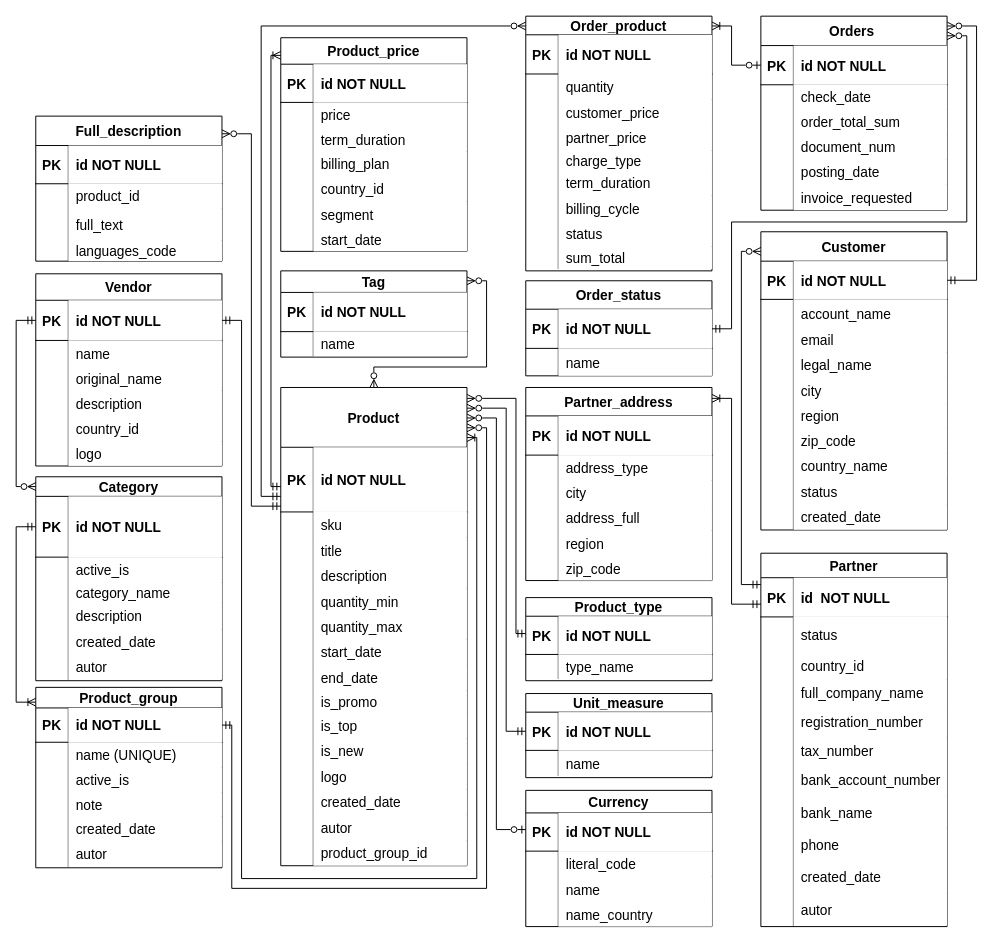
Earlier version of the draw.io diagram page "ER" (1 of 6) of diagrams.drawio (HuginnARaven/LicenseNexus). Source tidied: cells renumbered, new cells numbered last; positions are measured from the earlier drawing's top-left corner, leaving out a move shared by most shapes. Both pictures are drawn from the tidied source at 98%, with x=0, y=0 at pixel (16, 16).
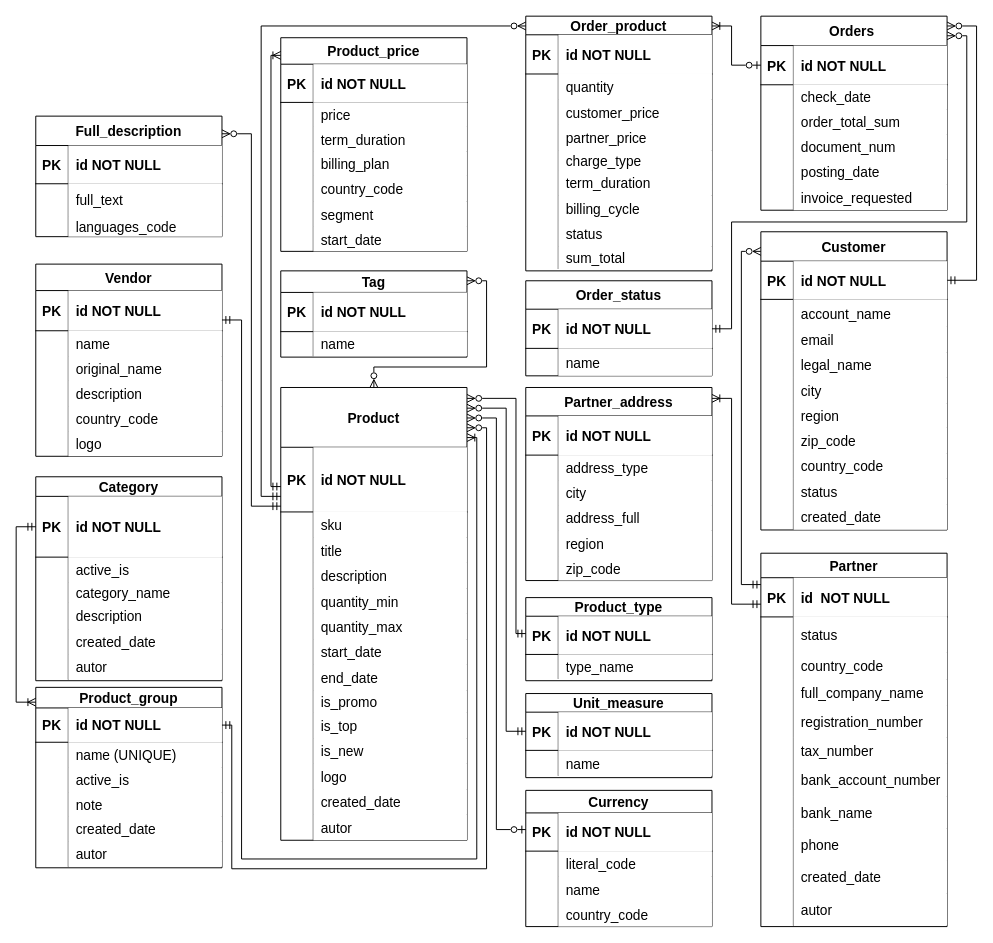
Above is the later version.

The change refers to these unchanged cells:
```xml
<mxCell id="5" style="shape=partialRectangle;fillColor=none;top=0;left=0;bottom=1;right=0;points=[[0,0.5],[1,0.5]];portConstraint=eastwest;fontSize=14;" parent="4" vertex="1">
  <mxGeometry y="21" width="190" height="35" as="geometry" />
</mxCell>
<mxCell id="31" value="Category" style="shape=table;startSize=20;childLayout=tableLayout;rowLines=0;fontStyle=1;align=center;fontSize=14;" parent="1" vertex="1">
  <mxGeometry x="20" y="470" width="190" height="208.1" as="geometry" />
</mxCell>
<mxCell id="76" style="shape=partialRectangle;fillColor=none;top=0;left=0;bottom=0;right=0;fontSize=14;" parent="66" vertex="1">
  <mxGeometry y="114" width="190" height="25" as="geometry" />
</mxCell>
<mxCell id="94" style="shape=partialRectangle;fillColor=none;top=0;left=0;bottom=0;right=0;fontSize=14;" parent="81" vertex="1">
  <mxGeometry y="141" width="190" height="26" as="geometry" />
</mxCell>
<mxCell id="119" style="shape=partialRectangle;fillColor=none;top=0;left=0;bottom=1;right=0;points=[[0,0.5],[1,0.5]];portConstraint=eastwest;fontSize=14;" parent="118" vertex="1">
  <mxGeometry y="27" width="190" height="41" as="geometry" />
</mxCell>
<mxCell id="131" style="shape=partialRectangle;fillColor=none;top=0;left=0;bottom=0;right=0;fontSize=14;" parent="118" vertex="1">
  <mxGeometry y="145" width="190" height="26" as="geometry" />
</mxCell>
<mxCell id="216" style="shape=partialRectangle;fillColor=none;top=0;left=0;bottom=0;right=0;fontSize=14;" parent="194" vertex="1">
  <mxGeometry y="226" width="190" height="26" as="geometry" />
</mxCell>
<mxCell id="232" style="shape=partialRectangle;fillColor=none;top=0;left=0;bottom=0;right=0;fontSize=14;" parent="225" vertex="1">
  <mxGeometry y="101" width="190" height="28" as="geometry" />
</mxCell>
```

The edit, as a diff of the source:
```diff
@@
-    <mxCell id="78" value="name_country" style="shape=partialRectangle;top=0;left=0;bottom=0;right=0;align=left;spacingLeft=6;overflow=hidden;fontSize=14;" parent="76" vertex="1">
+    <mxCell id="78" value="country_code" style="shape=partialRectangle;top=0;left=0;bottom=0;right=0;align=left;spacingLeft=6;overflow=hidden;fontSize=14;" parent="76" vertex="1">
       <mxGeometry x="33.2" width="156.8" height="25" as="geometry" />
     </mxCell>
@@
     <mxCell id="80" style="edgeStyle=orthogonalEdgeStyle;rounded=0;jettySize=auto;html=1;startArrow=ERmandOne;startFill=0;endArrow=ERzeroToMany;endFill=0;exitX=1;exitY=0.5;exitDx=0;exitDy=0;" parent="1" edge="1" source="5" target="284">
       <mxGeometry relative="1" as="geometry">
         <Array as="points">
           <mxPoint x="220" y="723" />
-          <mxPoint x="220" y="890" />
-          <mxPoint x="480" y="890" />
+          <mxPoint x="220" y="870" />
+          <mxPoint x="480" y="870" />
           <mxPoint x="480" y="420" />
         </Array>
       </mxGeometry>
     </mxCell>
@@
-    <mxCell id="96" value="country_id" style="shape=partialRectangle;top=0;left=0;bottom=0;right=0;align=left;spacingLeft=6;overflow=hidden;fontSize=14;" parent="94" vertex="1">
+    <mxCell id="96" value="country_code" style="shape=partialRectangle;top=0;left=0;bottom=0;right=0;align=left;spacingLeft=6;overflow=hidden;fontSize=14;" parent="94" vertex="1">
       <mxGeometry x="33.2" width="156.8" height="26" as="geometry" />
     </mxCell>
@@
     <mxCell id="104" value="Full_description" style="shape=table;startSize=30;childLayout=tableLayout;rowLines=0;fontStyle=1;align=center;fontSize=14;" parent="1" vertex="1">
-      <mxGeometry x="20" y="102" width="190" height="148" as="geometry" />
+      <mxGeometry x="20" y="102" width="190" height="123" as="geometry" />
     </mxCell>
@@
-    <mxCell id="108" style="shape=partialRectangle;fillColor=none;top=0;left=0;bottom=0;right=0;fontSize=14;" parent="104" vertex="1">
-      <mxGeometry y="69" width="190" height="25" as="geometry" />
-    </mxCell>
-    <mxCell id="109" style="shape=partialRectangle;fillColor=none;top=0;left=0;bottom=0;right=0;overflow=hidden;fontSize=14;" parent="108" vertex="1">
-      <mxGeometry width="33.2" height="25" as="geometry" />
-    </mxCell>
-    <mxCell id="110" value="product_id" style="shape=partialRectangle;top=0;left=0;bottom=0;right=0;align=left;spacingLeft=6;overflow=hidden;fontSize=14;" parent="108" vertex="1">
-      <mxGeometry x="33.2" width="156.8" height="25" as="geometry" />
-    </mxCell>
     <mxCell id="111" style="shape=partialRectangle;fillColor=none;top=0;left=0;bottom=0;right=0;fontSize=14;" parent="104" vertex="1">
-      <mxGeometry y="94" width="190" height="33" as="geometry" />
+      <mxGeometry y="69" width="190" height="33" as="geometry" />
     </mxCell>
@@
     <mxCell id="114" style="shape=partialRectangle;fillColor=none;top=0;left=0;bottom=0;right=0;fontSize=14;" parent="104" vertex="1">
-      <mxGeometry y="127" width="190" height="21" as="geometry" />
+      <mxGeometry y="102" width="190" height="21" as="geometry" />
     </mxCell>
@@
     <mxCell id="118" value="Vendor" style="shape=table;startSize=27;childLayout=tableLayout;rowLines=0;fontStyle=1;align=center;fontSize=14;" parent="1" vertex="1">
-      <mxGeometry x="20" y="262.9" width="190" height="196.1" as="geometry" />
+      <mxGeometry x="20" y="253" width="190" height="196.1" as="geometry" />
     </mxCell>
@@
-    <mxCell id="133" value="country_id" style="shape=partialRectangle;top=0;left=0;bottom=0;right=0;align=left;spacingLeft=6;overflow=hidden;fontSize=14;" parent="131" vertex="1">
+    <mxCell id="133" value="country_code" style="shape=partialRectangle;top=0;left=0;bottom=0;right=0;align=left;spacingLeft=6;overflow=hidden;fontSize=14;" parent="131" vertex="1">
       <mxGeometry x="33.2" width="156.8" height="26" as="geometry" />
     </mxCell>
@@
-    <mxCell id="218" value="country_name" style="shape=partialRectangle;top=0;left=0;bottom=0;right=0;align=left;spacingLeft=6;overflow=hidden;fontSize=14;" parent="216" vertex="1">
+    <mxCell id="218" value="country_code" style="shape=partialRectangle;top=0;left=0;bottom=0;right=0;align=left;spacingLeft=6;overflow=hidden;fontSize=14;" parent="216" vertex="1">
       <mxGeometry x="33.2" width="156.8" height="26" as="geometry" />
     </mxCell>
@@
-    <mxCell id="234" value="country_id" style="shape=partialRectangle;top=0;left=0;bottom=0;right=0;align=left;spacingLeft=6;overflow=hidden;fontSize=14;" parent="232" vertex="1">
+    <mxCell id="234" value="country_code" style="shape=partialRectangle;top=0;left=0;bottom=0;right=0;align=left;spacingLeft=6;overflow=hidden;fontSize=14;" parent="232" vertex="1">
       <mxGeometry x="33.2" width="156.8" height="28" as="geometry" />
     </mxCell>
@@
-    <mxCell id="260" style="edgeStyle=orthogonalEdgeStyle;rounded=0;jettySize=auto;html=1;exitX=0;exitY=0.5;exitDx=0;exitDy=0;startArrow=ERmandOne;startFill=0;endArrow=ERzeroToMany;endFill=0;" parent="1" edge="1" source="119" target="31">
-      <mxGeometry relative="1" as="geometry">
-        <Array as="points">
-          <mxPoint y="310" />
-          <mxPoint y="480" />
-        </Array>
-      </mxGeometry>
-    </mxCell>
@@
     <mxCell id="262" style="edgeStyle=orthogonalEdgeStyle;rounded=0;jettySize=auto;html=1;startArrow=ERmandOne;startFill=0;endArrow=ERoneToMany;endFill=0;" parent="1" edge="1" source="119" target="284">
       <mxGeometry relative="1" as="geometry">
         <Array as="points">
           <mxPoint x="230" y="310" />
-          <mxPoint x="230" y="880" />
-          <mxPoint x="470" y="880" />
+          <mxPoint x="230" y="860" />
+          <mxPoint x="470" y="860" />
           <mxPoint x="470" y="430" />
         </Array>
       </mxGeometry>
     </mxCell>
@@
     <mxCell id="284" value="Product" style="shape=table;startSize=61;childLayout=tableLayout;rowLines=0;fontStyle=1;align=center;fontSize=14;" parent="1" vertex="1">
-      <mxGeometry x="270" y="378.9" width="190" height="488" as="geometry" />
+      <mxGeometry x="270" y="378.9" width="190" height="462" as="geometry" />
     </mxCell>
@@
-    <mxCell id="327" style="shape=partialRectangle;fillColor=none;top=0;left=0;bottom=0;right=0;fontSize=14;" parent="284" vertex="1">
-      <mxGeometry y="462" width="190" height="26" as="geometry" />
-    </mxCell>
-    <mxCell id="328" style="shape=partialRectangle;fillColor=none;top=0;left=0;bottom=0;right=0;overflow=hidden;fontSize=14;" parent="327" vertex="1">
-      <mxGeometry width="33.2" height="26" as="geometry" />
-    </mxCell>
-    <mxCell id="329" value="product_group_id" style="shape=partialRectangle;top=0;left=0;bottom=0;right=0;align=left;spacingLeft=6;overflow=hidden;fontSize=14;" parent="327" vertex="1">
-      <mxGeometry x="33.2" width="156.8" height="26" as="geometry" />
-    </mxCell>
```
